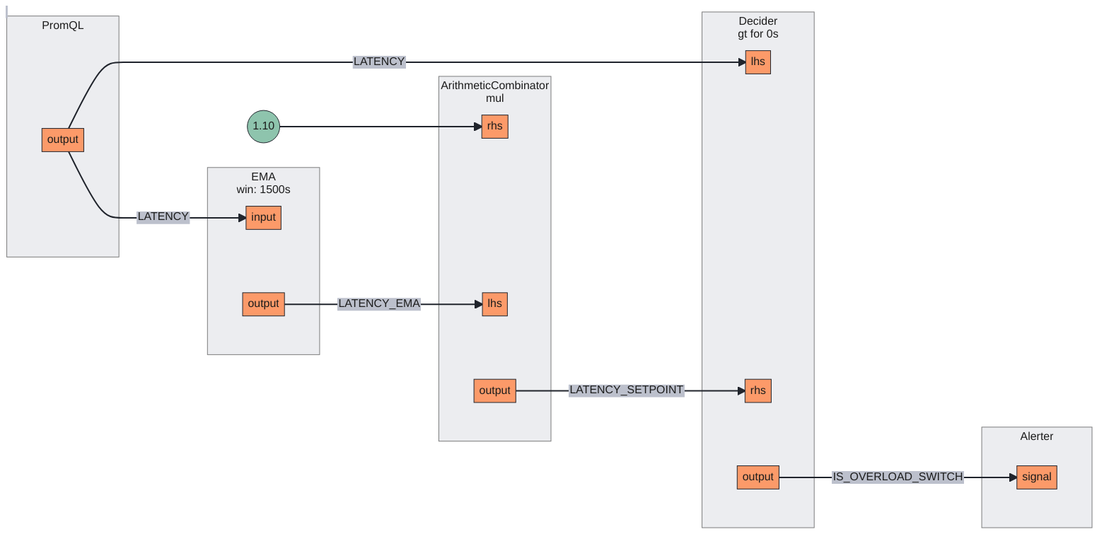
fluxninja/aperture keeps this Mermaid diagram as docs/content/tutorials/signal-processing/assets/detecting-overload/detecting-overload.mmd.png. Above is the earlier version. Its source is kept beside it as docs/content/tutorials/signal-processing/assets/detecting-overload/detecting-overload.mmd.
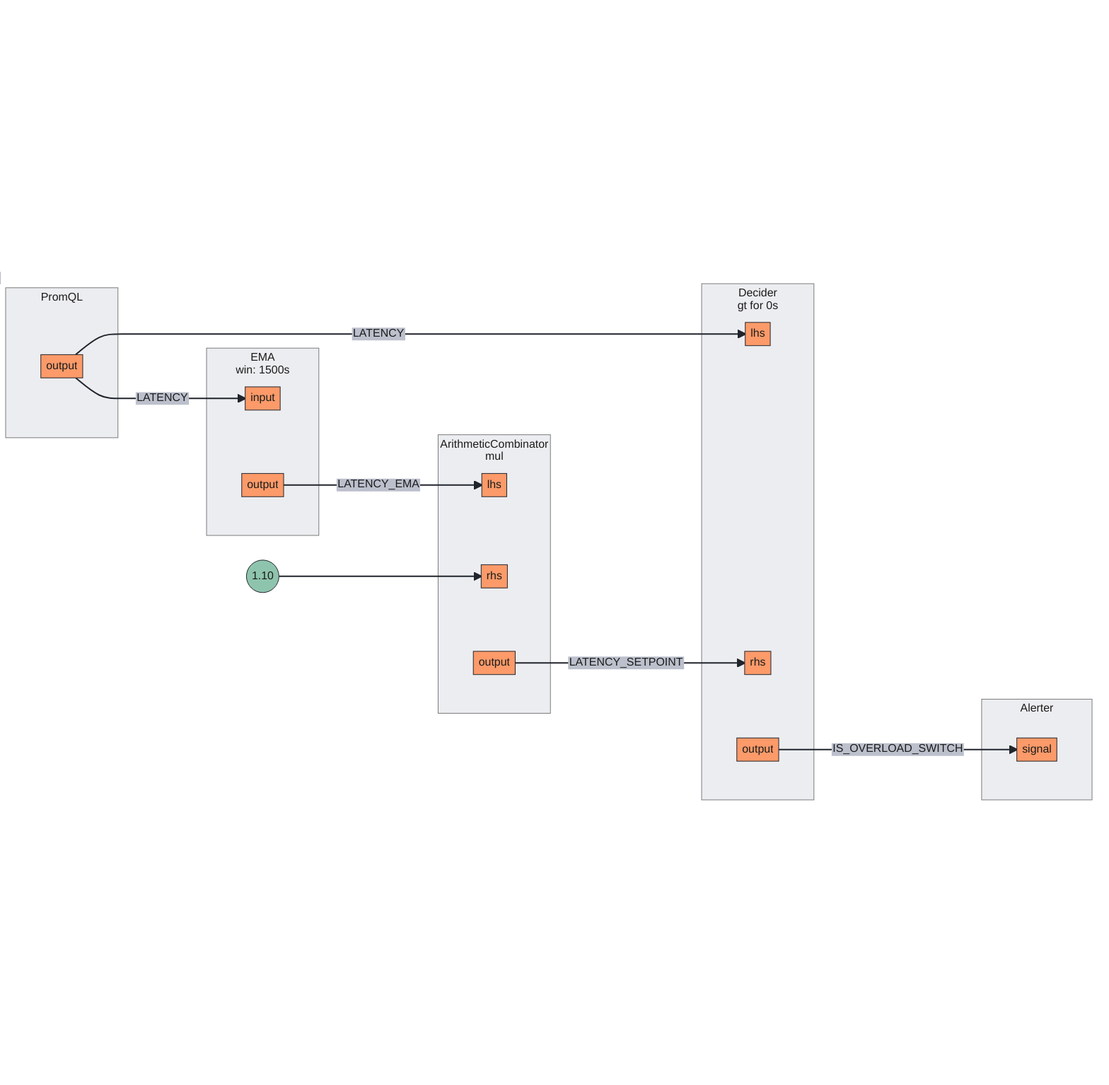
Above is the later version.

What changed in the source:
```diff
@@ -1,52 +1,52 @@
 flowchart LR
-subgraph 0[PromQL]
-subgraph 0_outports[ ]
-style 0_outports fill:none,stroke:none
-0output[output]
+subgraph root.0[PromQL]
+subgraph root.0_outports[ ]
+style root.0_outports fill:none,stroke:none
+root.0output[output]
 end
 end
-subgraph 1[<center>EMA<br/>win: 1500s</center>]
-subgraph 1_inports[ ]
-style 1_inports fill:none,stroke:none
-1input[input]
+subgraph root.1[<center>EMA<br/>win: 1500s</center>]
+subgraph root.1_inports[ ]
+style root.1_inports fill:none,stroke:none
+root.1input[input]
 end
-subgraph 1_outports[ ]
-style 1_outports fill:none,stroke:none
-1output[output]
+subgraph root.1_outports[ ]
+style root.1_outports fill:none,stroke:none
+root.1output[output]
 end
 end
-subgraph 2[<center>ArithmeticCombinator<br/>mul</center>]
-subgraph 2_inports[ ]
-style 2_inports fill:none,stroke:none
-2rhs[rhs]
-2lhs[lhs]
+subgraph root.2[<center>ArithmeticCombinator<br/>mul</center>]
+subgraph root.2_inports[ ]
+style root.2_inports fill:none,stroke:none
+root.2lhs[lhs]
+root.2rhs[rhs]
 end
-subgraph 2_outports[ ]
-style 2_outports fill:none,stroke:none
-2output[output]
+subgraph root.2_outports[ ]
+style root.2_outports fill:none,stroke:none
+root.2output[output]
 end
 end
 FakeConstant0((1.10))
-FakeConstant0 --> 2rhs
-subgraph 3[<center>Decider<br/>gt for 0s</center>]
-subgraph 3_inports[ ]
-style 3_inports fill:none,stroke:none
-3lhs[lhs]
-3rhs[rhs]
+FakeConstant0 --> root.2rhs
+subgraph root.3[<center>Decider<br/>gt for 0s</center>]
+subgraph root.3_inports[ ]
+style root.3_inports fill:none,stroke:none
+root.3lhs[lhs]
+root.3rhs[rhs]
 end
-subgraph 3_outports[ ]
-style 3_outports fill:none,stroke:none
-3output[output]
+subgraph root.3_outports[ ]
+style root.3_outports fill:none,stroke:none
+root.3output[output]
 end
 end
-subgraph 4[Alerter]
-subgraph 4_inports[ ]
-style 4_inports fill:none,stroke:none
-4signal[signal]
+subgraph root.4[Alerter]
+subgraph root.4_inports[ ]
+style root.4_inports fill:none,stroke:none
+root.4signal[signal]
 end
 end
-2output --> |LATENCY_SETPOINT| 3rhs
-3output --> |IS_OVERLOAD_SWITCH| 4signal
-0output --> |LATENCY| 1input
-0output --> |LATENCY| 3lhs
-1output --> |LATENCY_EMA| 2lhs
+root.3output --> |IS_OVERLOAD_SWITCH| root.4signal
+root.0output --> |LATENCY| root.1input
+root.0output --> |LATENCY| root.3lhs
+root.1output --> |LATENCY_EMA| root.2lhs
+root.2output --> |LATENCY_SETPOINT| root.3rhs
```
